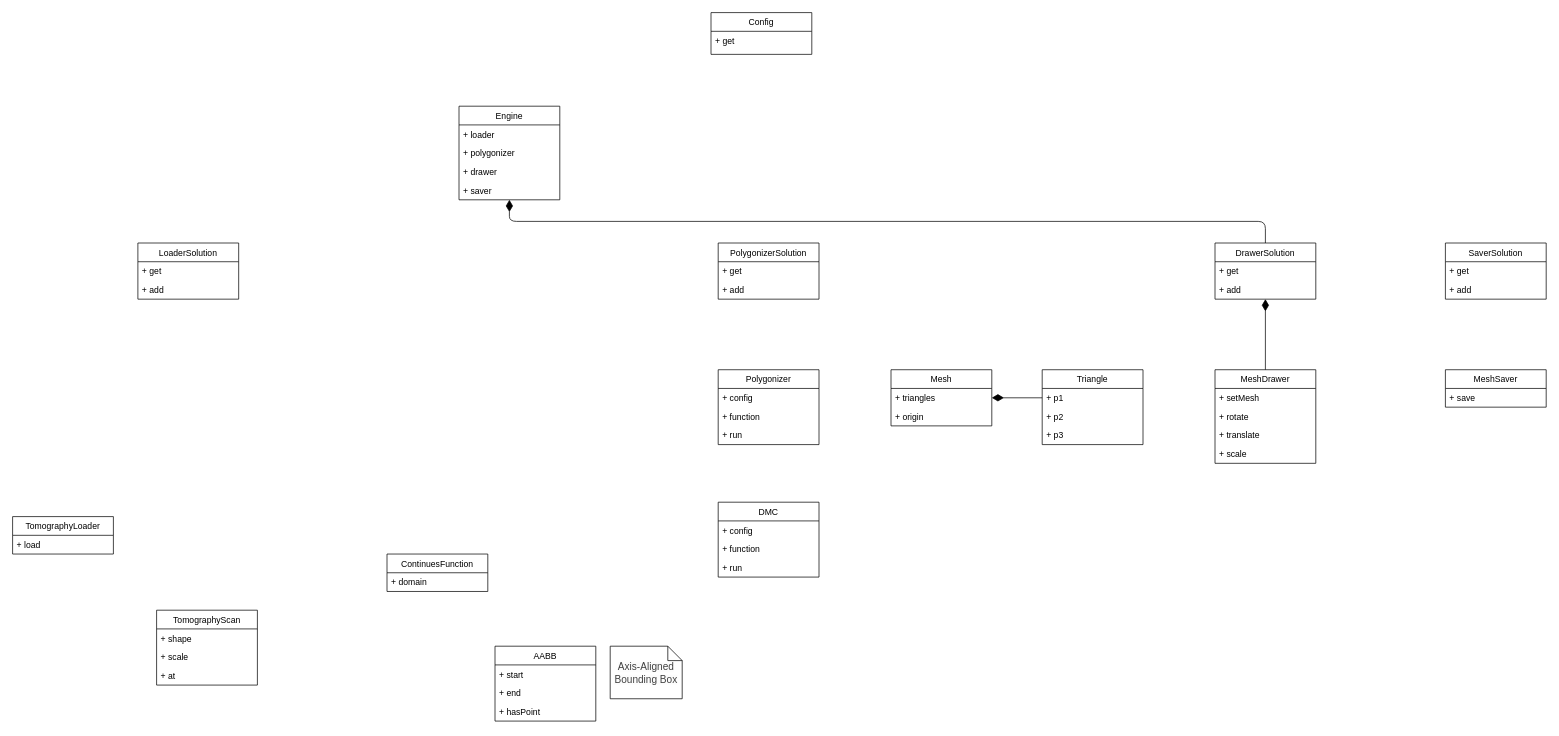
This is uml.drawio from maxhha/bmstu-iu7-cg-cp, a draw.io file, before an edit. Source tidied: cells renumbered, new cells numbered last; positions are measured from the earlier drawing's top-left corner, leaving out a move shared by most shapes. Both pictures are drawn from the tidied source at 72%, with x=0, y=0 at pixel (12, 12).
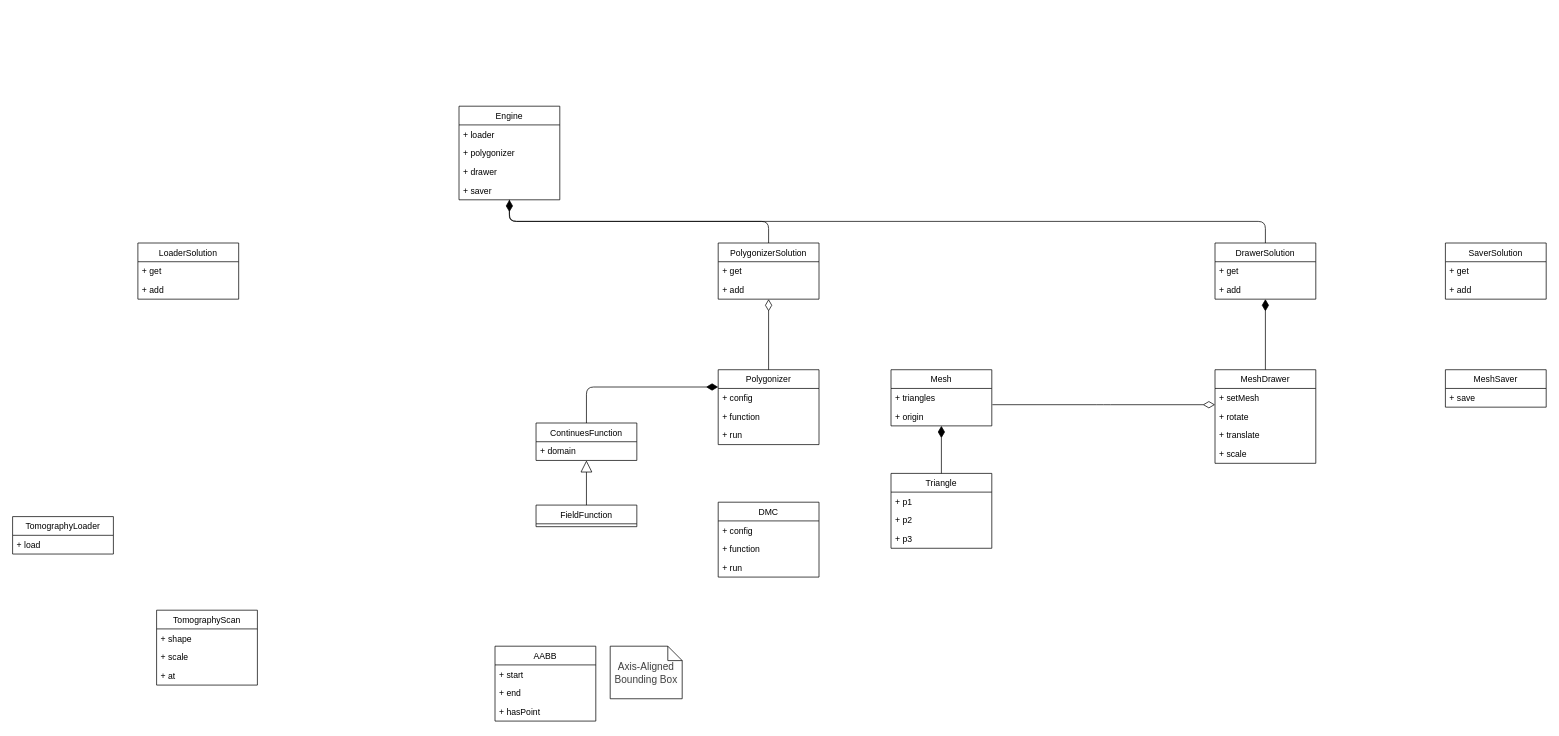
After the change.

Unchanged cells that the change refers to:
```xml
<mxCell id="14" value="Mesh" style="swimlane;fontStyle=0;horizontal=1;startSize=26;fillColor=none;" parent="1" vertex="1">
  <mxGeometry x="1220" y="496" width="140" height="78" as="geometry" />
</mxCell>
<mxCell id="15" value="+ triangles" style="text;strokeColor=none;fillColor=none;align=left;verticalAlign=top;spacingLeft=4;spacingRight=4;overflow=hidden;points=[[0,0.5],[1,0.5]];portConstraint=eastwest;" parent="14" vertex="1">
  <mxGeometry y="26" width="140" height="26" as="geometry" />
</mxCell>
<mxCell id="16" value="+ origin" style="text;strokeColor=none;fillColor=none;align=left;verticalAlign=top;spacingLeft=4;spacingRight=4;overflow=hidden;points=[[0,0.5],[1,0.5]];portConstraint=eastwest;" parent="14" vertex="1">
  <mxGeometry y="52" width="140" height="26" as="geometry" />
</mxCell>
<mxCell id="20" value="MeshDrawer" style="swimlane;fontStyle=0;horizontal=1;startSize=26;fillColor=none;" parent="1" vertex="1">
  <mxGeometry x="1670" y="496" width="140" height="130" as="geometry" />
</mxCell>
<mxCell id="32" value="Polygonizer" style="swimlane;fontStyle=0;horizontal=1;startSize=26;fillColor=none;" parent="1" vertex="1">
  <mxGeometry x="980" y="496" width="140" height="104" as="geometry" />
</mxCell>
<mxCell id="37" value="+ p1" style="text;strokeColor=none;fillColor=none;align=left;verticalAlign=top;spacingLeft=4;spacingRight=4;overflow=hidden;points=[[0,0.5],[1,0.5]];portConstraint=eastwest;" parent="36" vertex="1">
  <mxGeometry y="26" width="140" height="26" as="geometry" />
</mxCell>
<mxCell id="40" value="Engine" style="swimlane;fontStyle=0;horizontal=1;startSize=26;fillColor=none;" parent="1" vertex="1">
  <mxGeometry x="620" y="130" width="140" height="130" as="geometry" />
</mxCell>
<mxCell id="48" value="PolygonizerSolution" style="swimlane;fontStyle=0;horizontal=1;startSize=26;fillColor=none;" parent="1" vertex="1">
  <mxGeometry x="980" y="320" width="140" height="78" as="geometry" />
</mxCell>
```

Change to the diagram source:
```diff
@@
+    <mxCell id="59" style="edgeStyle=orthogonalEdgeStyle;rounded=1;jettySize=auto;html=1;startArrow=none;startFill=0;endArrow=diamondThin;endFill=1;startSize=14;endSize=14;" parent="1" edge="1" source="8" target="32">
+      <mxGeometry relative="1" as="geometry">
+        <Array as="points">
+          <mxPoint x="797" y="520" />
+        </Array>
+      </mxGeometry>
+    </mxCell>
     <mxCell id="8" value="ContinuesFunction" style="swimlane;fontStyle=0;horizontal=1;startSize=26;fillColor=none;" parent="1" vertex="1">
-      <mxGeometry x="520" y="752" width="140" height="52" as="geometry" />
+      <mxGeometry x="727" y="570" width="140" height="52" as="geometry" />
     </mxCell>
@@
-    <mxCell id="30" value="Config" style="swimlane;fontStyle=0;horizontal=1;startSize=26;fillColor=none;" parent="1" vertex="1">
-      <mxGeometry x="970" width="140" height="58" as="geometry" />
-    </mxCell>
-    <mxCell id="31" value="+ get" style="text;strokeColor=none;fillColor=none;align=left;verticalAlign=top;spacingLeft=4;spacingRight=4;overflow=hidden;" parent="30" vertex="1">
-      <mxGeometry y="26" width="140" height="32" as="geometry" />
-    </mxCell>
+    <mxCell id="60" style="edgeStyle=orthogonalEdgeStyle;rounded=1;jettySize=auto;html=1;startArrow=none;startFill=0;endArrow=diamondThin;endFill=0;startSize=14;endSize=14;" parent="1" edge="1" source="32" target="48">
+      <mxGeometry relative="1" as="geometry" />
+    </mxCell>
@@
     <mxCell id="36" value="Triangle" style="swimlane;fontStyle=0;horizontal=1;startSize=26;fillColor=none;" parent="1" vertex="1">
-      <mxGeometry x="1430" y="496" width="140" height="104" as="geometry" />
+      <mxGeometry x="1220" y="640" width="140" height="104" as="geometry" />
     </mxCell>
@@
+    <mxCell id="61" style="edgeStyle=orthogonalEdgeStyle;rounded=1;jettySize=auto;html=1;exitX=0.5;exitY=0;exitDx=0;exitDy=0;endArrow=none;endFill=0;" parent="1" edge="1" source="48" target="40">
+      <mxGeometry relative="1" as="geometry" />
+    </mxCell>
@@
-    <mxCell id="58" style="edgeStyle=orthogonalEdgeStyle;rounded=0;jettySize=auto;html=1;endArrow=diamondThin;endFill=1;startSize=14;endSize=14;" parent="1" edge="1" source="37" target="15">
+    <mxCell id="58" style="edgeStyle=orthogonalEdgeStyle;rounded=0;jettySize=auto;html=1;endArrow=diamondThin;endFill=1;startSize=14;endSize=14;exitX=0.5;exitY=0;exitDx=0;exitDy=0;" parent="1" edge="1" source="36" target="14">
       <mxGeometry relative="1" as="geometry" />
     </mxCell>
+    <mxCell id="62" style="edgeStyle=orthogonalEdgeStyle;rounded=1;jettySize=auto;html=1;entryX=1.006;entryY=-0.132;entryDx=0;entryDy=0;entryPerimeter=0;endArrow=none;endFill=0;startArrow=diamondThin;startFill=0;endSize=16;startSize=14;" parent="1" edge="1" source="20" target="16">
+      <mxGeometry relative="1" as="geometry">
+        <Array as="points">
+          <mxPoint x="1515" y="545" />
+        </Array>
+      </mxGeometry>
+    </mxCell>
+    <mxCell id="63" style="edgeStyle=orthogonalEdgeStyle;rounded=1;jettySize=auto;html=1;startArrow=none;startFill=0;endArrow=block;endFill=0;startSize=14;endSize=14;" parent="1" edge="1" source="64" target="8">
+      <mxGeometry relative="1" as="geometry" />
+    </mxCell>
+    <mxCell id="64" value="FieldFunction" style="swimlane;fontStyle=0;horizontal=1;startSize=26;fillColor=none;" parent="1" vertex="1">
+      <mxGeometry x="727" y="684" width="140" height="30" as="geometry" />
+    </mxCell>
```
